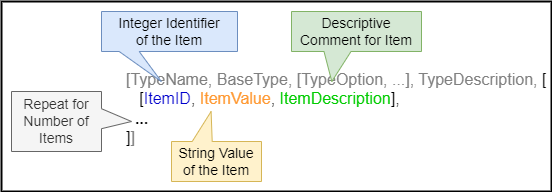
oasis-tcs/openc2-jadn-im keeps this draw.io diagram as images/JADN-with-items-json.drawio.png. Above is the earlier version. Source tidied: cells renumbered, new cells last; positions are measured from the earlier drawing's top-left corner, leaving out a move shared by most shapes.
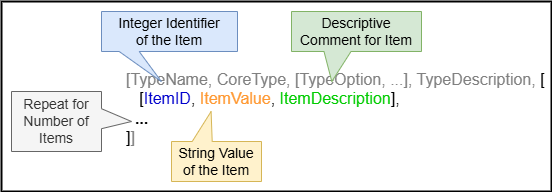
After the change.

Commit message:
update JADN type definition figures

Diff of the diagram source:
```diff
@@ -5,7 +5,7 @@
     <mxCell id="2" style="rounded=0;whiteSpace=wrap;html=1;fontSize=16;fontColor=#00CC00;fillColor=none;strokeWidth=2;" parent="1" vertex="1">
       <mxGeometry width="550" height="190" as="geometry" />
     </mxCell>
-    <mxCell id="3" value="&lt;font color=&quot;#808080&quot;&gt;[&lt;font style=&quot;font-size: 16px;&quot;&gt;TypeName&lt;/font&gt;, &lt;font style=&quot;font-size: 16px;&quot;&gt;BaseType&lt;/font&gt;, &lt;font style=&quot;font-size: 16px;&quot;&gt;[TypeOption, ...]&lt;/font&gt;, &lt;font style=&quot;font-size: 16px;&quot;&gt;TypeDescription&lt;/font&gt;, &lt;/font&gt;[&lt;br&gt;&lt;div style=&quot;&quot;&gt;&lt;span style=&quot;background-color: initial;&quot;&gt;&amp;nbsp;&amp;nbsp;&lt;/span&gt;&lt;font style=&quot;background-color: initial;&quot;&gt;&amp;nbsp;[&lt;font color=&quot;#0000cc&quot;&gt;ItemID&lt;/font&gt;, &lt;font color=&quot;#ff9933&quot;&gt;ItemValue&lt;/font&gt;, &lt;font color=&quot;#00cc00&quot;&gt;ItemDescription&lt;/font&gt;],&lt;/font&gt;&lt;/div&gt;&lt;div style=&quot;&quot;&gt;&lt;span style=&quot;background-color: initial;&quot;&gt;&amp;nbsp; &lt;b&gt;...&lt;/b&gt;&lt;/span&gt;&lt;/div&gt;&lt;div style=&quot;&quot;&gt;&lt;span style=&quot;background-color: initial;&quot;&gt;]&lt;font color=&quot;#808080&quot;&gt;]&lt;/font&gt;&lt;/span&gt;&lt;/div&gt;" style="text;html=1;strokeColor=none;fillColor=none;align=left;verticalAlign=middle;whiteSpace=wrap;rounded=0;fontSize=16;" parent="1" vertex="1">
+    <mxCell id="3" value="&lt;font color=&quot;#808080&quot;&gt;[&lt;font style=&quot;font-size: 16px;&quot;&gt;TypeName&lt;/font&gt;, &lt;font style=&quot;font-size: 16px;&quot;&gt;CoreType&lt;/font&gt;, &lt;font style=&quot;font-size: 16px;&quot;&gt;[TypeOption, ...]&lt;/font&gt;, &lt;font style=&quot;font-size: 16px;&quot;&gt;TypeDescription&lt;/font&gt;, &lt;/font&gt;[&lt;br&gt;&lt;div style=&quot;&quot;&gt;&lt;span style=&quot;background-color: initial;&quot;&gt;&amp;nbsp;&amp;nbsp;&lt;/span&gt;&lt;font style=&quot;background-color: initial;&quot;&gt;&amp;nbsp;[&lt;font color=&quot;#0000cc&quot;&gt;ItemID&lt;/font&gt;, &lt;font color=&quot;#ff9933&quot;&gt;ItemValue&lt;/font&gt;, &lt;font color=&quot;#00cc00&quot;&gt;ItemDescription&lt;/font&gt;],&lt;/font&gt;&lt;/div&gt;&lt;div style=&quot;&quot;&gt;&lt;span style=&quot;background-color: initial;&quot;&gt;&amp;nbsp; &lt;b&gt;...&lt;/b&gt;&lt;/span&gt;&lt;/div&gt;&lt;div style=&quot;&quot;&gt;&lt;span style=&quot;background-color: initial;&quot;&gt;]&lt;font color=&quot;#808080&quot;&gt;]&lt;/font&gt;&lt;/span&gt;&lt;/div&gt;" style="text;html=1;strokeColor=none;fillColor=none;align=left;verticalAlign=middle;whiteSpace=wrap;rounded=0;fontSize=16;" parent="1" vertex="1">
       <mxGeometry x="123" y="92" width="427" height="30" as="geometry" />
     </mxCell>
     <mxCell id="4" value="Repeat for Number of Items" style="shape=callout;whiteSpace=wrap;html=1;perimeter=calloutPerimeter;fontSize=14;fillColor=#f5f5f5;strokeColor=#666666;flipV=0;size=30;position=0.38;position2=0.5;fontColor=#333333;direction=north;" parent="1" vertex="1">
```
